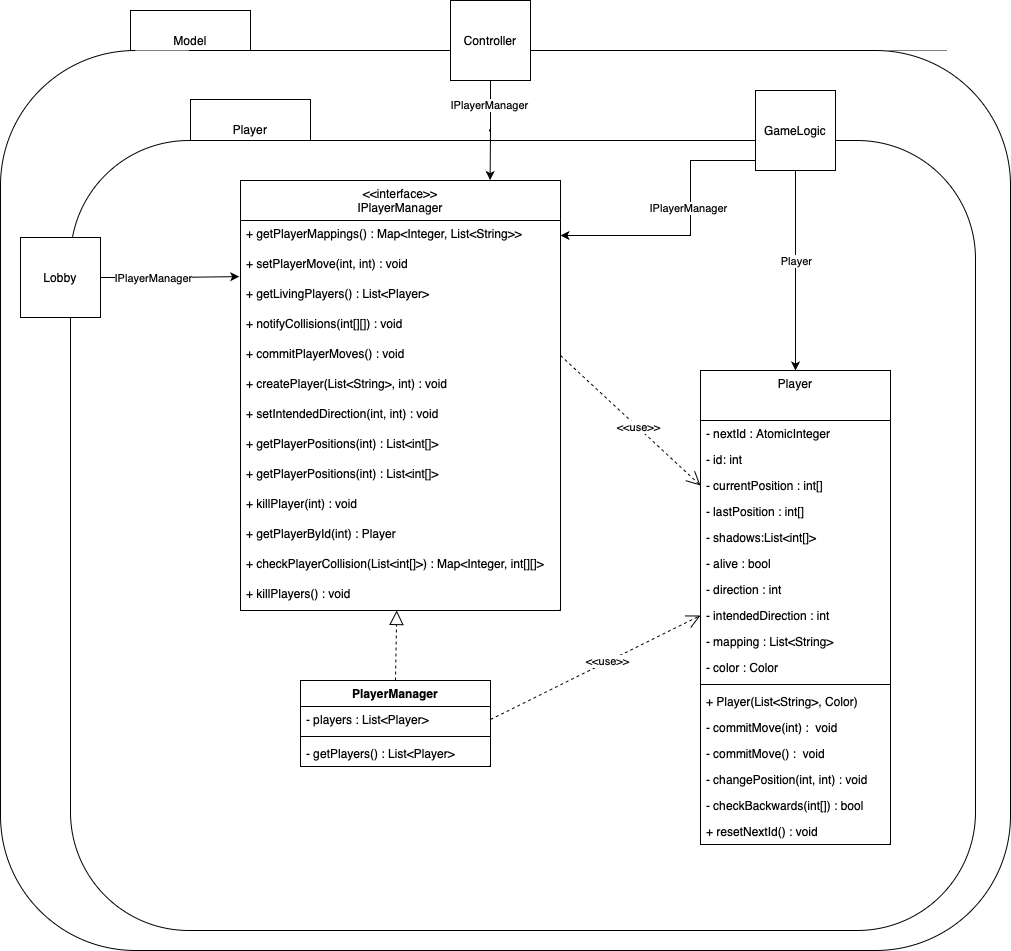
PrismFox/tron-game keeps this draw.io diagram as doku-game/Player-ClassDiagramm.drawio.png. Above is the earlier version. Source tidied: cells renumbered, new cells last; positions are measured from the earlier drawing's top-left corner, leaving out a move shared by most shapes.
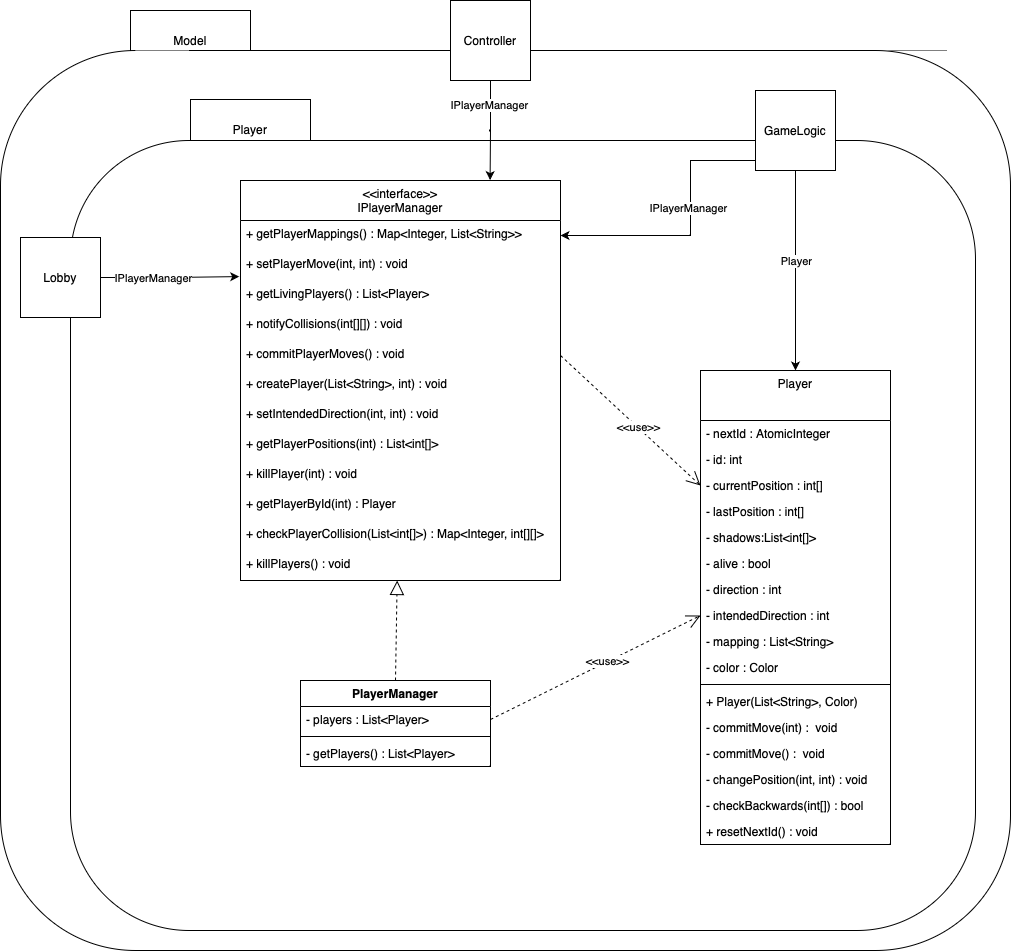
Above is the later version.

The edit, as a diff of the source:
```diff
@@ -81,7 +81,7 @@
       <mxGeometry y="60" width="190" height="26" as="geometry" />
     </mxCell>
     <mxCell id="28" value="&lt;&lt;interface&gt;&gt;&#10;IPlayerManager" style="swimlane;fontStyle=0;align=center;verticalAlign=top;horizontal=1;startSize=40;" parent="1" vertex="1">
-      <mxGeometry x="240" y="180" width="320" height="430" as="geometry" />
+      <mxGeometry x="240" y="180" width="320" height="400" as="geometry" />
     </mxCell>
     <mxCell id="29" value="+ getPlayerMappings() : Map&lt;Integer, List&lt;String&gt;&gt;" style="text;strokeColor=none;fillColor=none;align=left;verticalAlign=top;spacingLeft=4;spacingRight=4;overflow=hidden;points=[[0,0.5],[1,0.5]];portConstraint=eastwest;" parent="28" vertex="1">
       <mxGeometry y="40" width="320" height="30" as="geometry" />
@@ -104,23 +104,20 @@
     <mxCell id="35" value="+ setIntendedDirection(int, int) : void" style="text;strokeColor=none;fillColor=none;align=left;verticalAlign=top;spacingLeft=4;spacingRight=4;overflow=hidden;" parent="28" vertex="1">
       <mxGeometry y="220" width="320" height="30" as="geometry" />
     </mxCell>
-    <mxCell id="36" value="+ getPlayerPositions(int) : List&lt;int[]&gt;" style="text;strokeColor=none;fillColor=none;align=left;verticalAlign=top;spacingLeft=4;spacingRight=4;overflow=hidden;" parent="28" vertex="1">
-      <mxGeometry y="250" width="320" height="30" as="geometry" />
-    </mxCell>
     <mxCell id="37" value="+ getPlayerPositions(int) : List&lt;int[]&gt;" style="text;strokeColor=none;fillColor=none;align=left;verticalAlign=top;spacingLeft=4;spacingRight=4;overflow=hidden;" parent="28" vertex="1">
-      <mxGeometry y="280" width="320" height="30" as="geometry" />
+      <mxGeometry y="250" width="320" height="30" as="geometry" />
     </mxCell>
     <mxCell id="38" value="+ killPlayer(int) : void" style="text;strokeColor=none;fillColor=none;align=left;verticalAlign=top;spacingLeft=4;spacingRight=4;overflow=hidden;" parent="28" vertex="1">
-      <mxGeometry y="310" width="320" height="30" as="geometry" />
+      <mxGeometry y="280" width="320" height="30" as="geometry" />
     </mxCell>
     <mxCell id="39" value="+ getPlayerById(int) : Player" style="text;strokeColor=none;fillColor=none;align=left;verticalAlign=top;spacingLeft=4;spacingRight=4;overflow=hidden;" parent="28" vertex="1">
-      <mxGeometry y="340" width="320" height="30" as="geometry" />
+      <mxGeometry y="310" width="320" height="30" as="geometry" />
     </mxCell>
     <mxCell id="40" value="+ checkPlayerCollision(List&lt;int[]&gt;) : Map&lt;Integer, int[][]&gt;" style="text;strokeColor=none;fillColor=none;align=left;verticalAlign=top;spacingLeft=4;spacingRight=4;overflow=hidden;" parent="28" vertex="1">
-      <mxGeometry y="370" width="320" height="30" as="geometry" />
+      <mxGeometry y="340" width="320" height="30" as="geometry" />
     </mxCell>
     <mxCell id="41" value="+ killPlayers() : void" style="text;strokeColor=none;fillColor=none;align=left;verticalAlign=top;spacingLeft=4;spacingRight=4;overflow=hidden;" parent="28" vertex="1">
-      <mxGeometry y="400" width="320" height="30" as="geometry" />
+      <mxGeometry y="370" width="320" height="30" as="geometry" />
     </mxCell>
     <mxCell id="42" style="endArrow=block;dashed=1;endFill=0;endSize=12;html=1;rounded=0;exitX=0.5;exitY=0;exitDx=0;exitDy=0;" parent="1" edge="1" source="24" target="28">
       <mxGeometry relative="1" as="geometry" />
```
